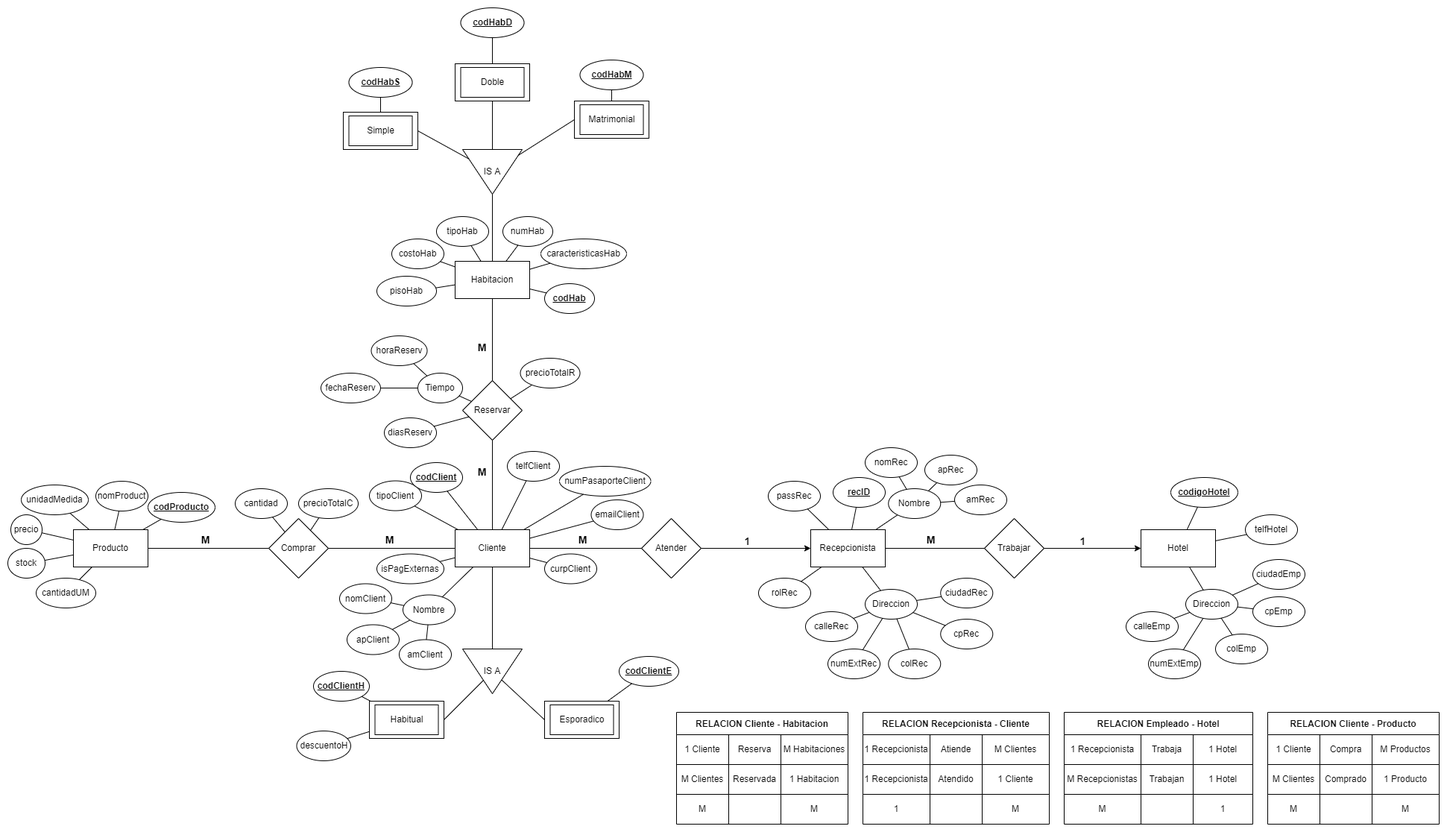
The draw.io diagram diagrams/db_Hotel.png in AngelDavidLA03/Reserva-Hotel, before a commit. Source tidied: cells renumbered, new cells last; positions are measured from the earlier drawing's top-left corner, leaving out a move shared by most shapes.
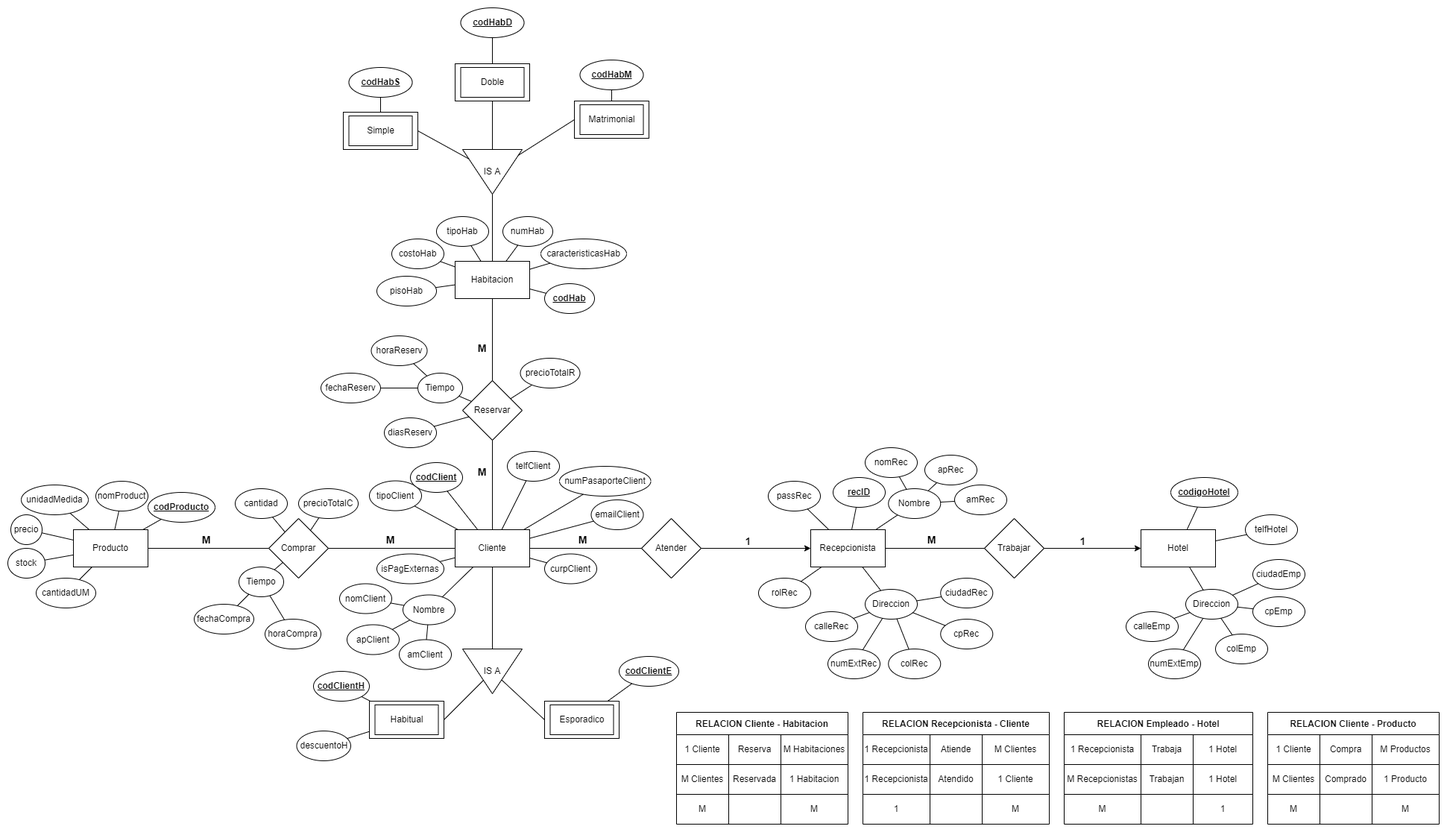
The same file after the commit.

The edit, as a diff of the source:
```diff
@@ -669,5 +669,23 @@
     <mxCell id="218" style="endArrow=none;html=1;rounded=0;" parent="1" edge="1" source="217" target="3">
       <mxGeometry relative="1" as="geometry" />
     </mxCell>
+    <mxCell id="219" value="horaCompra" style="ellipse;whiteSpace=wrap;html=1;fontStyle=0;" parent="1" vertex="1">
+      <mxGeometry x="345" y="820" width="75" height="40" as="geometry" />
+    </mxCell>
+    <mxCell id="220" value="fechaCompra" style="ellipse;whiteSpace=wrap;html=1;fontStyle=0;" parent="1" vertex="1">
+      <mxGeometry x="250" y="800" width="80" height="40" as="geometry" />
+    </mxCell>
+    <mxCell id="221" value="Tiempo" style="ellipse;whiteSpace=wrap;html=1;fontStyle=0;" parent="1" vertex="1">
+      <mxGeometry x="310" y="750" width="60" height="40" as="geometry" />
+    </mxCell>
+    <mxCell id="222" style="endArrow=none;html=1;rounded=0;" parent="1" edge="1" source="221" target="220">
+      <mxGeometry relative="1" as="geometry" />
+    </mxCell>
+    <mxCell id="223" style="endArrow=none;html=1;rounded=0;" parent="1" edge="1" source="221" target="219">
+      <mxGeometry relative="1" as="geometry" />
+    </mxCell>
+    <mxCell id="224" style="endArrow=none;html=1;rounded=0;" parent="1" edge="1" source="221" target="181">
+      <mxGeometry relative="1" as="geometry" />
+    </mxCell>
   </root>
 </mxGraphModel>
```
